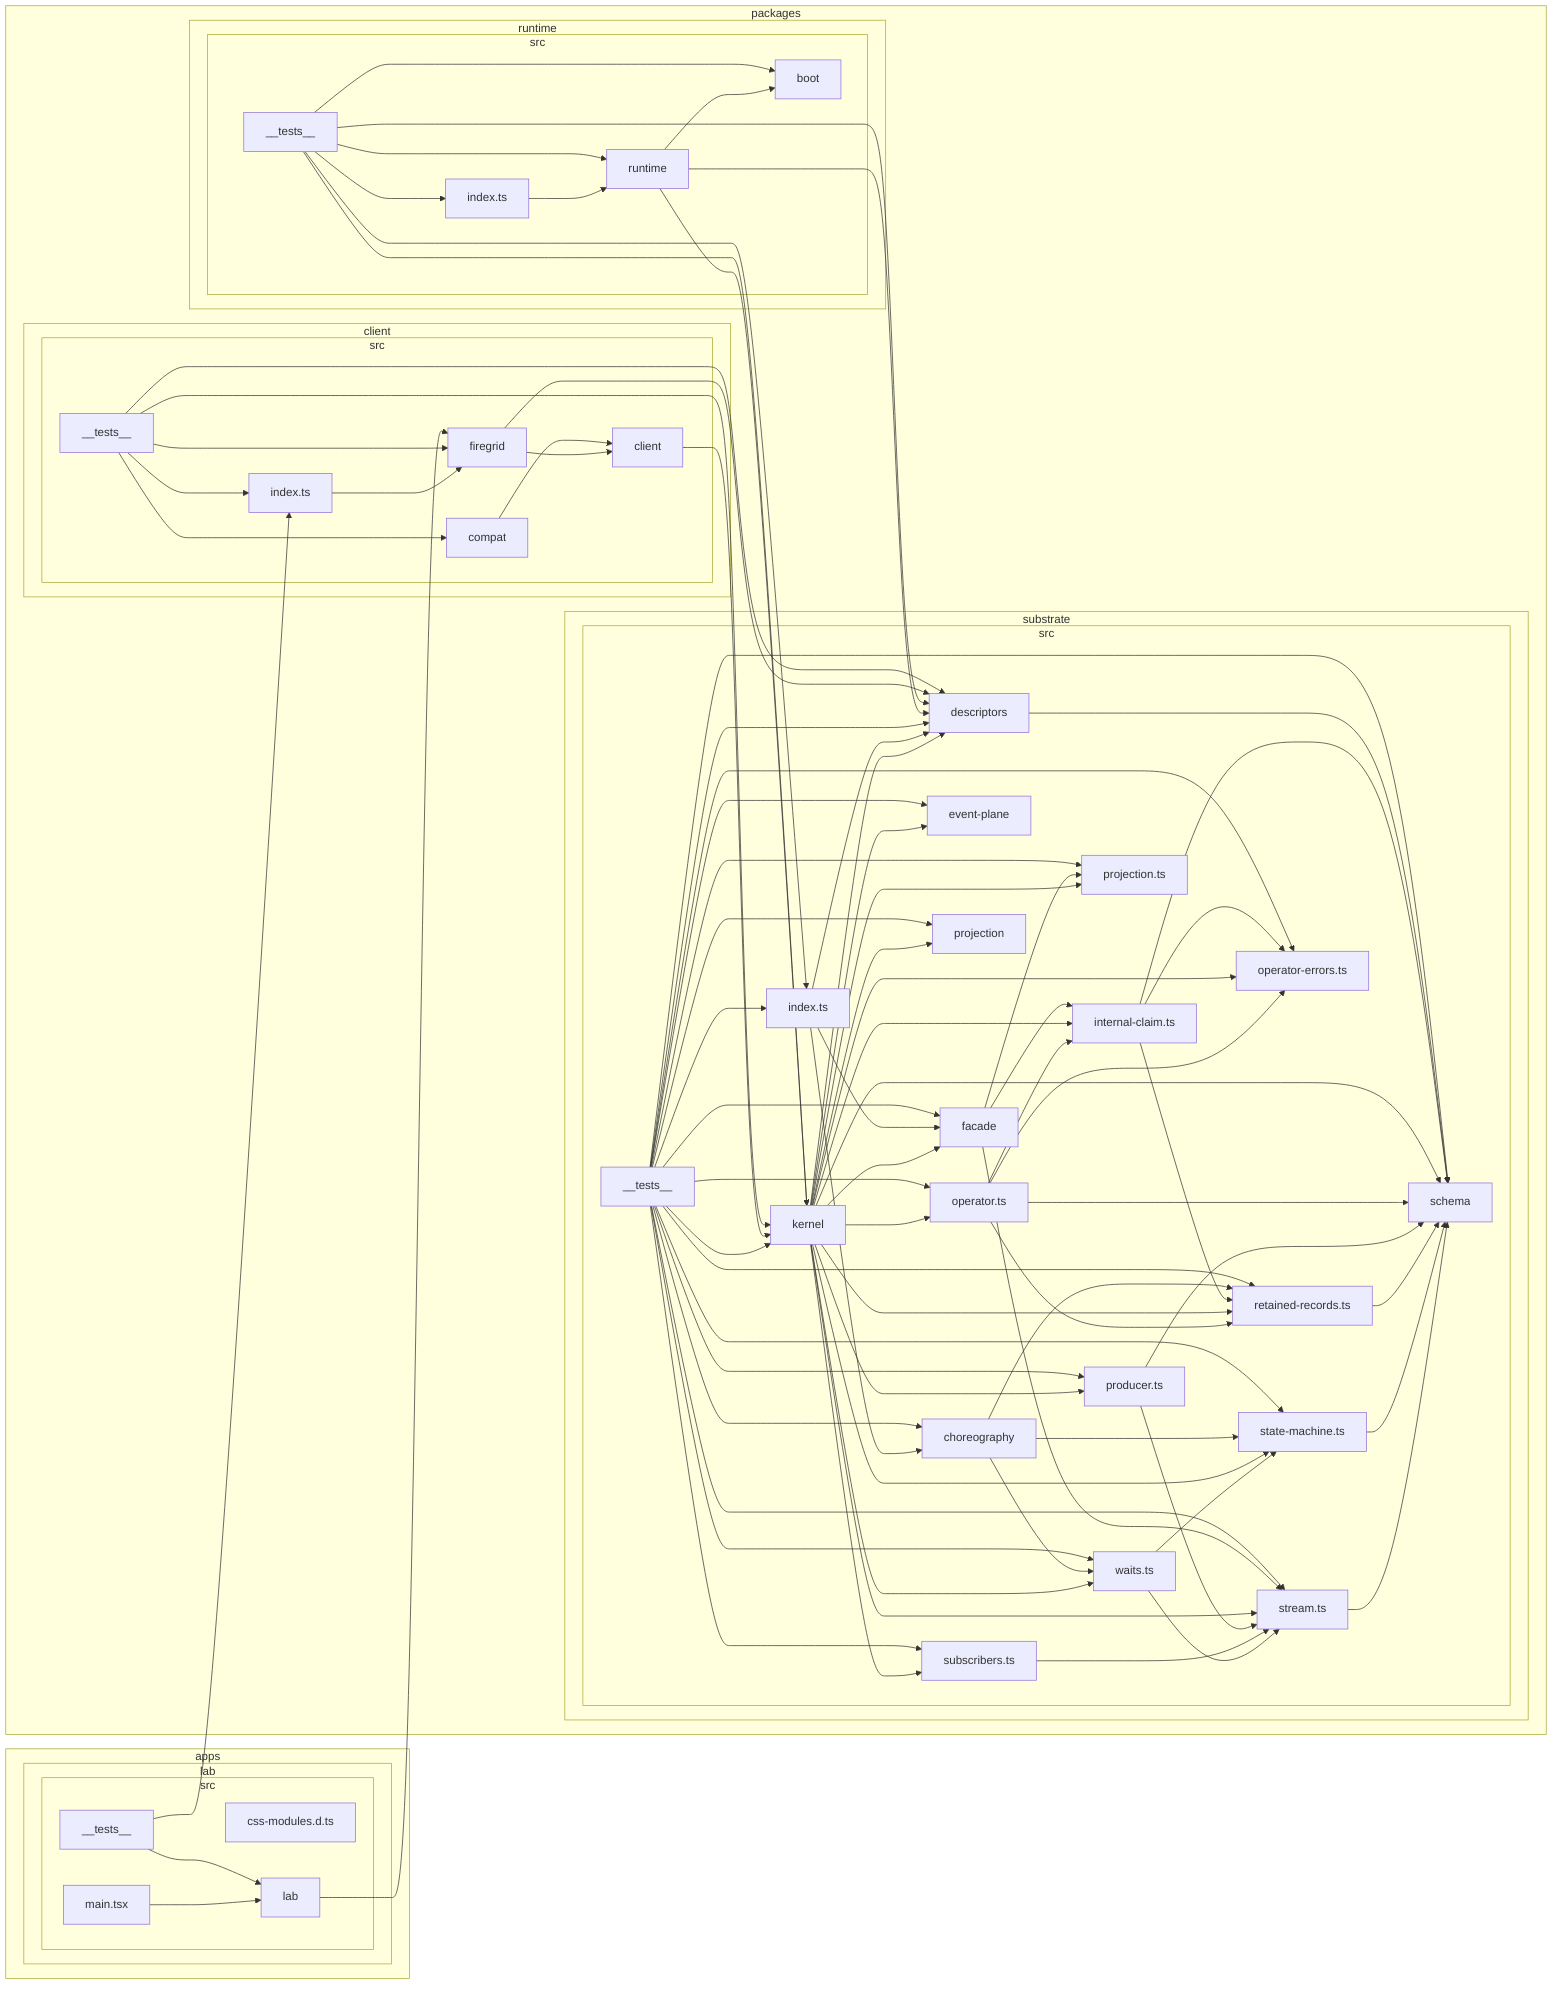
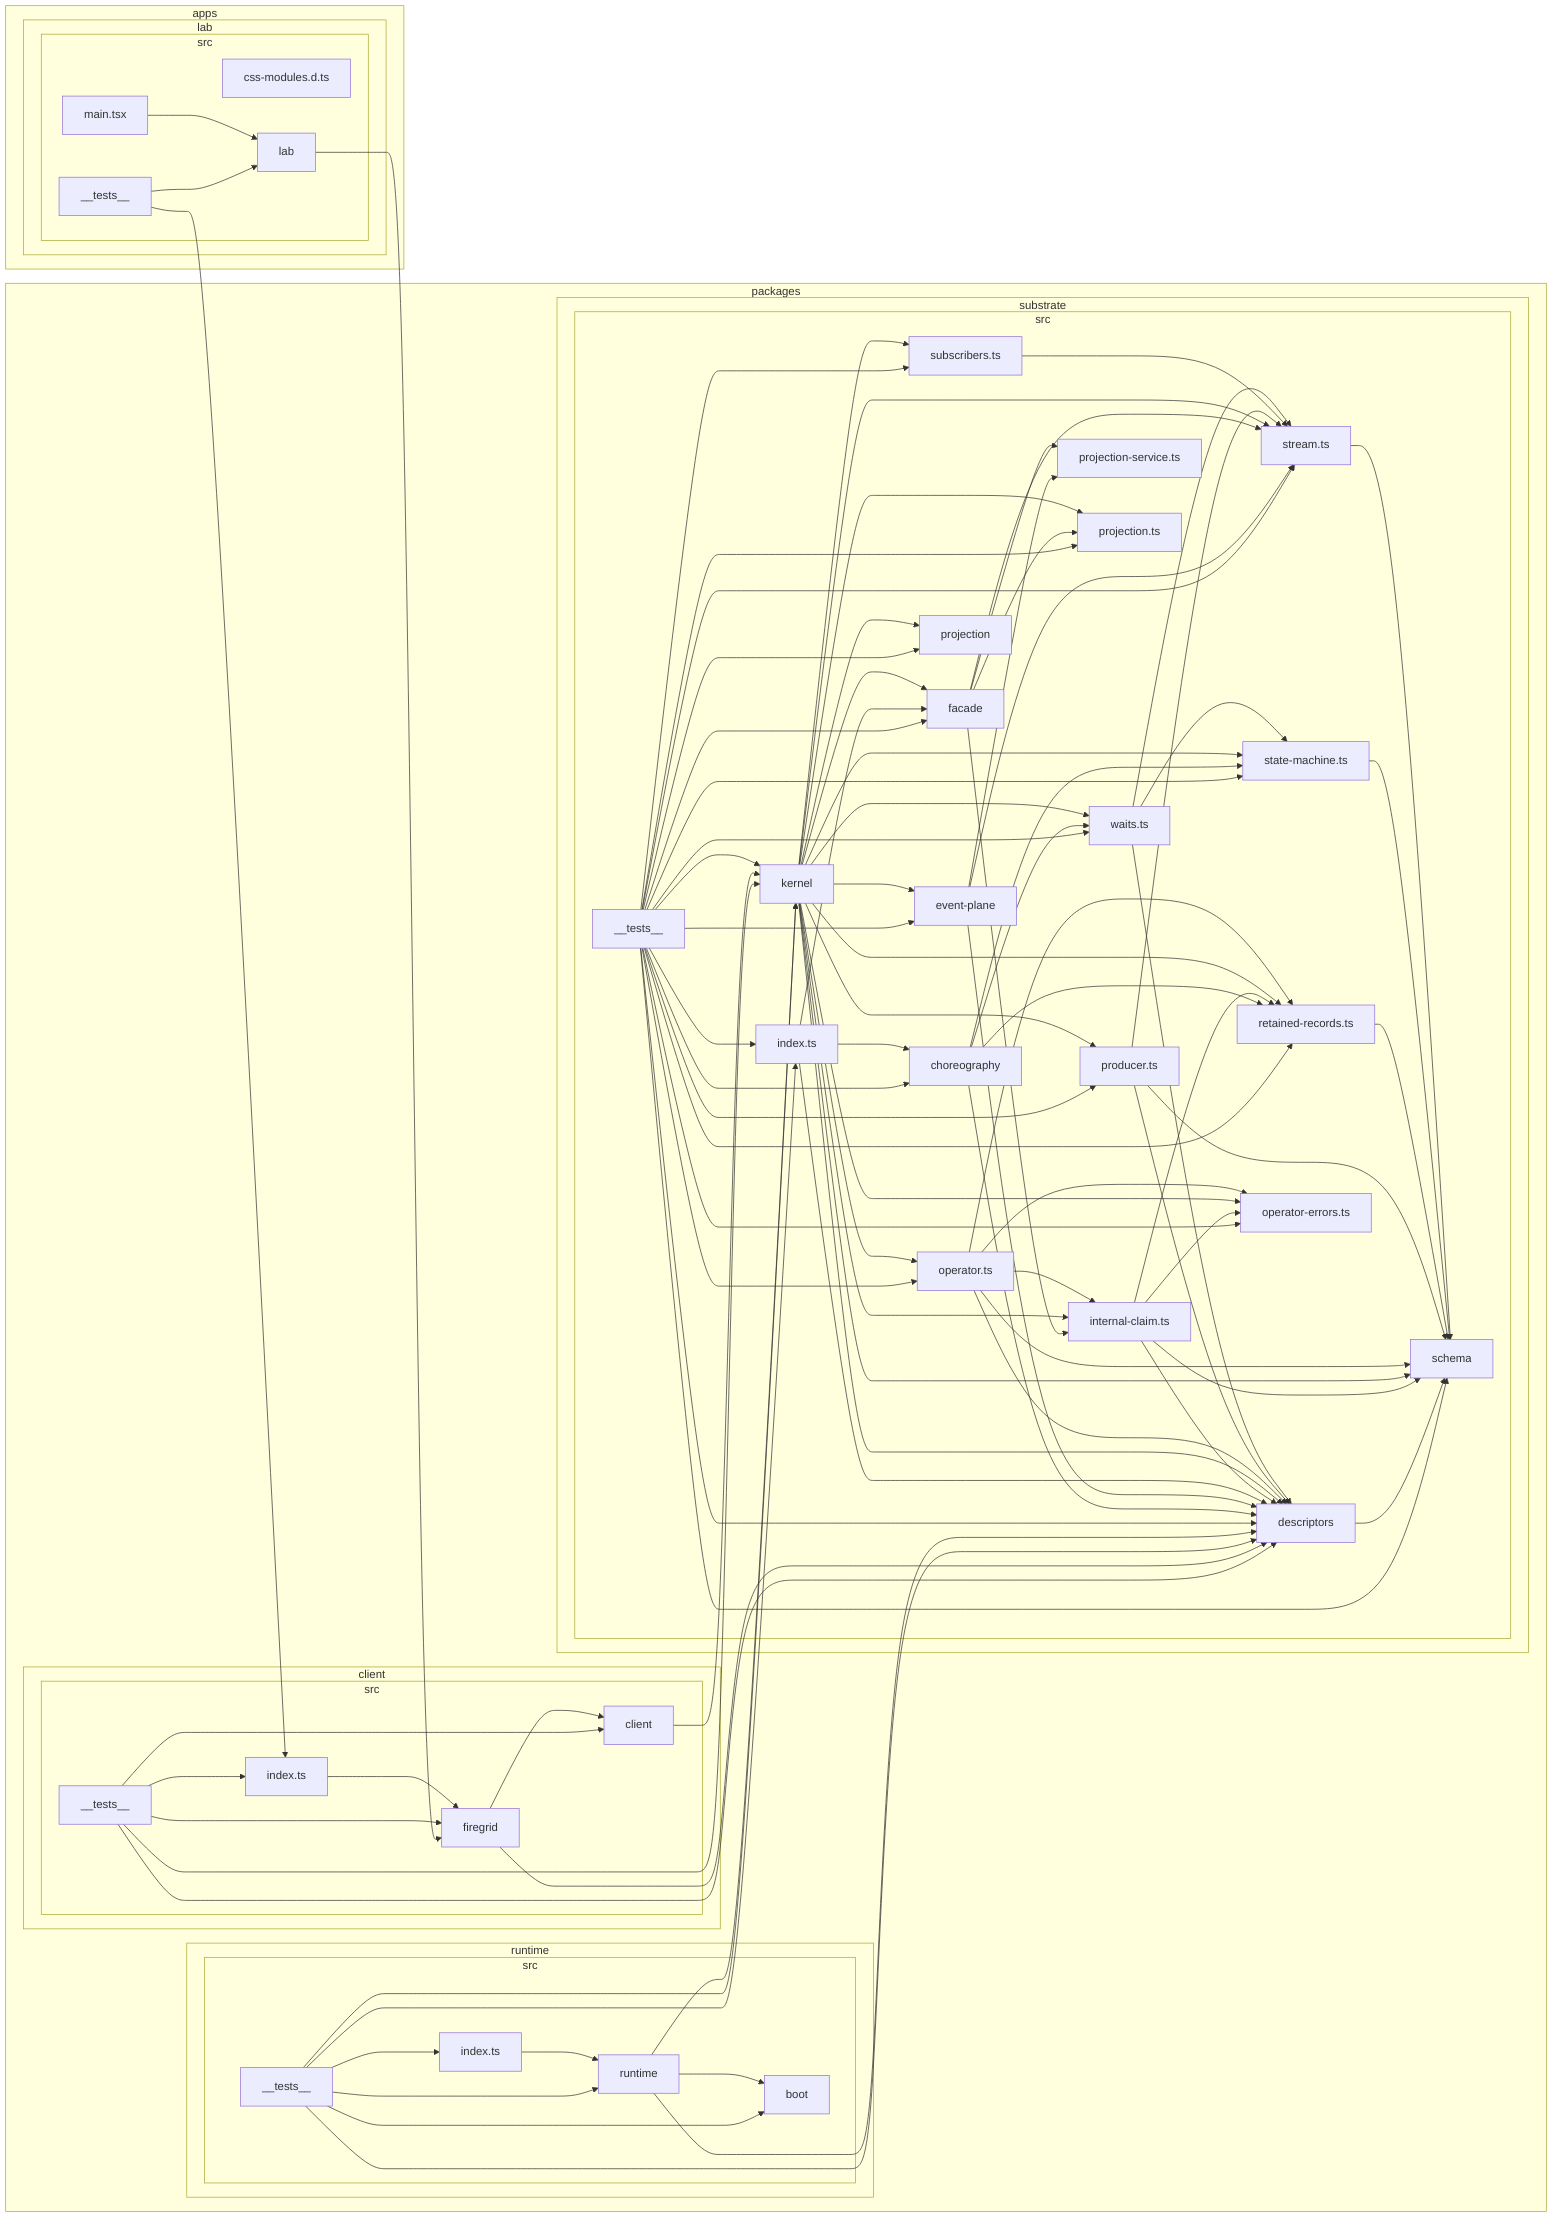
flowchart LR

subgraph 0["apps"]
subgraph 1["lab"]
subgraph 2["src"]
3["__tests__"]
4["css-modules.d.ts"]
5["lab"]
6["main.tsx"]
end
end
end
subgraph 7["packages"]
subgraph 8["client"]
subgraph 9["src"]
A["__tests__"]
B["client"]
- C["compat"]
- D["firegrid"]
- E["index.ts"]
+ C["firegrid"]
+ D["index.ts"]
end
end
- subgraph F["runtime"]
- subgraph G["src"]
- H["__tests__"]
- I["boot"]
- J["index.ts"]
- K["runtime"]
+ subgraph E["runtime"]
+ subgraph F["src"]
+ G["__tests__"]
+ H["boot"]
+ I["index.ts"]
+ J["runtime"]
end
end
- subgraph L["substrate"]
- subgraph M["src"]
- N["__tests__"]
- O["choreography"]
- P["descriptors"]
- Q["event-plane"]
- R["facade"]
- S["index.ts"]
- T["internal-claim.ts"]
- U["kernel"]
- V["operator-errors.ts"]
- W["operator.ts"]
- X["producer.ts"]
- Y["projection"]
+ subgraph K["substrate"]
+ subgraph L["src"]
+ M["__tests__"]
+ N["choreography"]
+ O["descriptors"]
+ P["event-plane"]
+ Q["facade"]
+ R["index.ts"]
+ S["internal-claim.ts"]
+ T["kernel"]
+ U["operator-errors.ts"]
+ V["operator.ts"]
+ W["producer.ts"]
+ X["projection"]
+ Y["projection-service.ts"]
Z["projection.ts"]
10["retained-records.ts"]
11["schema"]
12["state-machine.ts"]
13["stream.ts"]
14["subscribers.ts"]
15["waits.ts"]
end
end
end
3-->5
- 3-->E
- 5-->D
+ 3-->D
+ 5-->C
6-->5
- A-->E
+ A-->D
+ A-->B
+ A-->T
A-->C
- A-->U
- A-->D
- A-->P
- B-->U
+ A-->O
+ B-->T
+ C-->O
C-->B
- D-->P
- D-->B
- E-->D
- H-->J
- H-->U
- H-->P
- H-->I
- H-->S
- H-->K
- J-->K
- K-->U
- K-->P
- K-->I
+ D-->C
+ G-->I
+ G-->T
+ G-->O
+ G-->H
+ G-->R
+ G-->J
+ I-->J
+ J-->T
+ J-->O
+ J-->H
+ M-->N
+ M-->P
+ M-->W
+ M-->13
+ M-->14
+ M-->15
+ M-->11
+ M-->O
+ M-->U
+ M-->V
+ M-->10
+ M-->Q
+ M-->X
+ M-->12
+ M-->T
+ M-->R
+ M-->Z
N-->O
- N-->Q
- N-->X
- N-->13
- N-->14
+ N-->10
+ N-->12
N-->15
- N-->11
- N-->P
- N-->V
- N-->W
- N-->10
- N-->R
- N-->Y
- N-->12
- N-->U
- N-->S
- N-->Z
- O-->10
- O-->12
- O-->15
- P-->11
- R-->Z
- R-->13
- R-->T
+ O-->11
+ P-->O
+ P-->Y
+ P-->13
+ Q-->Y
+ Q-->Z
+ Q-->13
+ Q-->S
+ R-->N
+ R-->O
+ R-->Q
S-->O
- S-->P
- S-->R
+ S-->U
+ S-->10
+ S-->11
+ T-->O
+ T-->P
+ T-->Q
+ T-->S
+ T-->U
T-->V
+ T-->W
+ T-->Z
+ T-->X
T-->10
T-->11
- U-->P
- U-->Q
- U-->R
- U-->T
- U-->V
- U-->W
- U-->X
- U-->Z
- U-->Y
- U-->10
- U-->11
- U-->12
- U-->13
- U-->14
- U-->15
- W-->T
- W-->V
- W-->10
+ T-->12
+ T-->13
+ T-->14
+ T-->15
+ V-->O
+ V-->S
+ V-->U
+ V-->10
+ V-->11
+ W-->O
W-->11
- X-->11
- X-->13
+ W-->13
10-->11
12-->11
13-->11
14-->13
+ 15-->O
15-->12
15-->13
